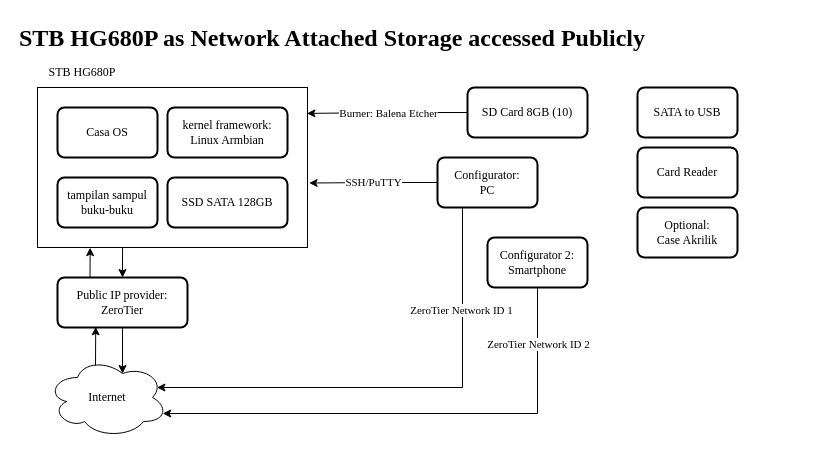
Earlier version of the draw.io diagram page "NAS" (5 of 6) of Chart on Search Query.drawio (troders34/research). Source tidied: cells renumbered, new cells numbered last; positions are measured from the earlier drawing's top-left corner, leaving out a move shared by most shapes. Both pictures are drawn from the tidied source at 100%, with x=0, y=0 at pixel (17, 17).
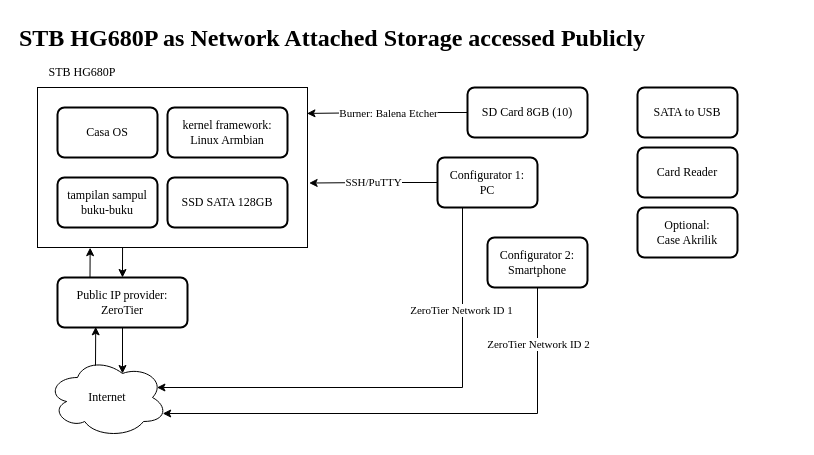
Above is the later version.

The edit, as a diff of the source:
```diff
@@
-    <mxCell id="14" value="Configurator:&lt;div&gt;PC&lt;/div&gt;" style="rounded=1;whiteSpace=wrap;html=1;absoluteArcSize=1;arcSize=14;strokeWidth=2;fontFamily=Times New Roman;" parent="1" vertex="1">
+    <mxCell id="14" value="Configurator 1:&lt;div&gt;PC&lt;/div&gt;" style="rounded=1;whiteSpace=wrap;html=1;absoluteArcSize=1;arcSize=14;strokeWidth=2;fontFamily=Times New Roman;" parent="1" vertex="1">
       <mxGeometry x="420" y="140" width="100" height="50" as="geometry" />
     </mxCell>
```
